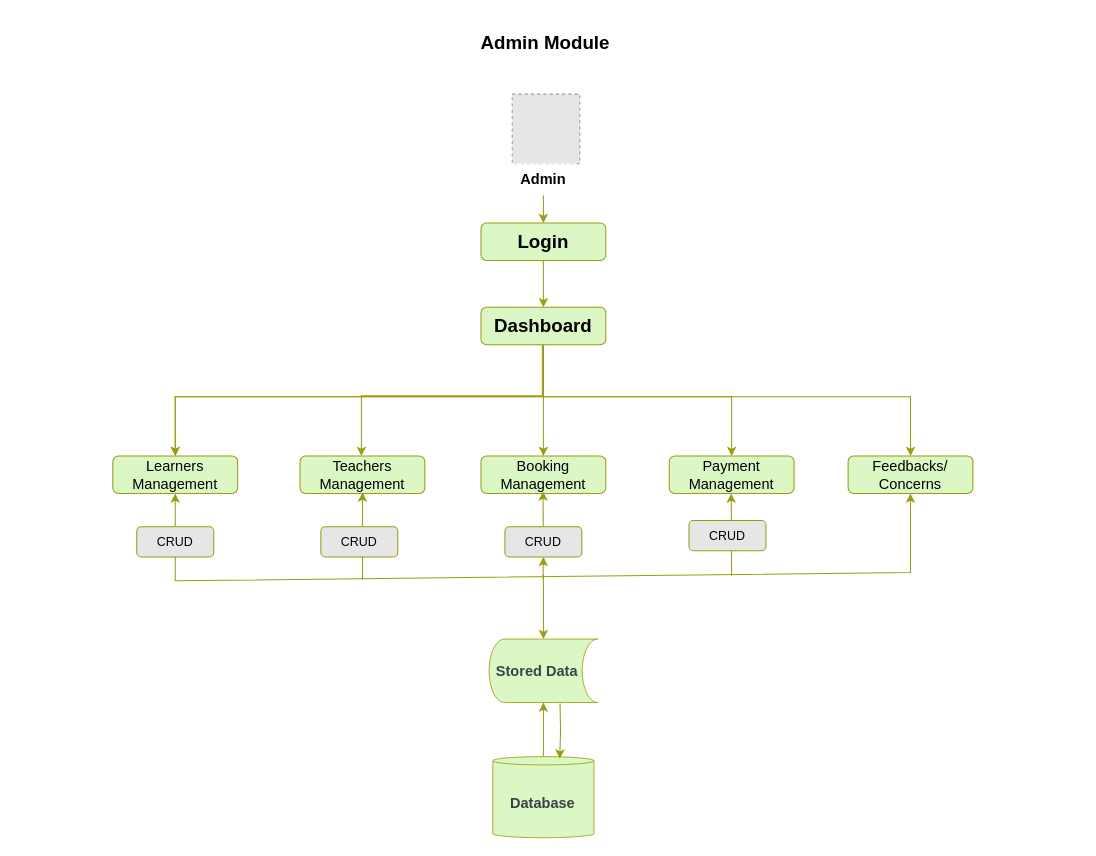
Nashciong/JavaCodes keeps this draw.io diagram as page "Admin Module" (7 of 13) of Untitled Diagram.drawio. Above is the earlier version. Source tidied: cells renumbered, new cells numbered last; positions are measured from the earlier drawing's top-left corner, leaving out a move shared by most shapes. Both pictures are drawn from the tidied source at 104%, with x=0, y=0 at pixel (112, 18). Pictures stored in the file or linked from it are replaced by grey dashed boxes.
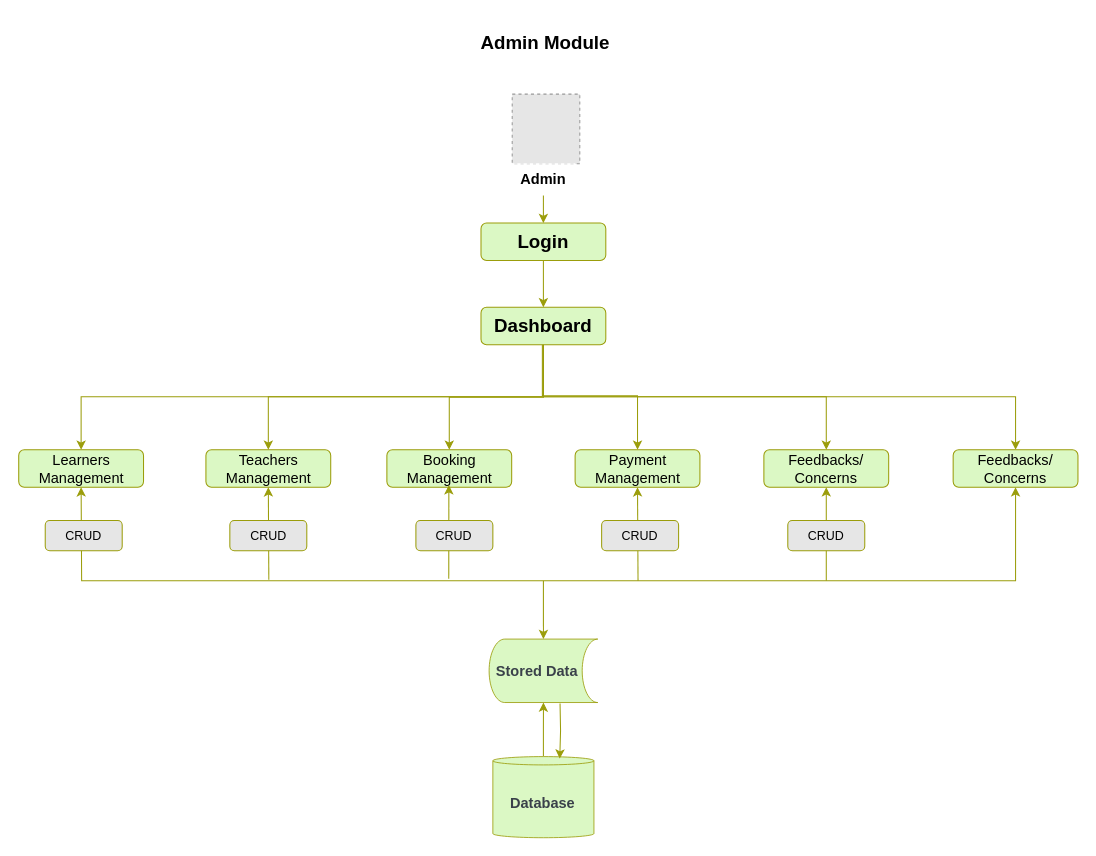
After the change.

Unchanged cells that the change refers to:
```xml
<mxCell id="10" value="&lt;font style=&quot;font-size: 18px;&quot;&gt;&lt;b&gt;Dashboard&lt;/b&gt;&lt;/font&gt;" style="rounded=1;whiteSpace=wrap;html=1;fillColor=#DBF8C4;strokeColor=#9B9D0B;" parent="1" vertex="1">
  <mxGeometry x="354" y="278" width="120" height="36" as="geometry" />
</mxCell>
<mxCell id="23" value="&lt;font style=&quot;font-size: 14px;&quot;&gt;&lt;b&gt;Stored Data&lt;/b&gt;&lt;/font&gt;" style="html=1;overflow=block;blockSpacing=1;whiteSpace=wrap;shape=cylinder3;boundedLbl=1;size=15;lid=0;direction=south;fontSize=13;fontColor=#3a414a;align=center;spacing=3.8;strokeColor=#9B9D0B;strokeOpacity=100;fillOpacity=100;rounded=1;absoluteArcSize=1;arcSize=12;fillColor=#DBF8C4;strokeWidth=0.8;lucidId=m1XKd9fk_-xt;" parent="1" vertex="1">
  <mxGeometry x="361.8" y="597" width="104.5" height="61" as="geometry" />
</mxCell>
```

What changed in the source:
```diff
@@
     <mxCell id="6" style="edgeStyle=orthogonalEdgeStyle;rounded=0;jettySize=auto;html=1;entryX=0.5;entryY=0;entryDx=0;entryDy=0;strokeColor=#9B9D0B;" parent="1" edge="1" source="10" target="13">
       <mxGeometry relative="1" as="geometry">
         <Array as="points">
           <mxPoint x="414" y="364" />
-          <mxPoint x="60" y="364" />
+          <mxPoint x="-30" y="364" />
         </Array>
       </mxGeometry>
     </mxCell>
@@
-    <mxCell id="8" style="edgeStyle=orthogonalEdgeStyle;rounded=0;jettySize=auto;html=1;strokeColor=#9B9D0B;" parent="1" edge="1" source="10" target="15">
+    <mxCell id="8" style="edgeStyle=orthogonalEdgeStyle;rounded=0;jettySize=auto;html=1;strokeColor=#9B9D0B;entryX=0.5;entryY=0;entryDx=0;entryDy=0;" parent="1" edge="1" source="10" target="34">
       <mxGeometry relative="1" as="geometry">
         <Array as="points">
           <mxPoint x="414" y="364" />
-          <mxPoint x="595" y="364" />
+          <mxPoint x="686" y="364" />
         </Array>
       </mxGeometry>
     </mxCell>
     <mxCell id="9" style="edgeStyle=orthogonalEdgeStyle;rounded=0;jettySize=auto;html=1;entryX=0.5;entryY=0;entryDx=0;entryDy=0;strokeColor=#9B9D0B;" parent="1" edge="1" source="10" target="14">
       <mxGeometry relative="1" as="geometry">
         <Array as="points">
           <mxPoint x="414" y="364" />
-          <mxPoint x="767" y="364" />
+          <mxPoint x="868" y="364" />
         </Array>
       </mxGeometry>
     </mxCell>
@@
     <mxCell id="13" value="&lt;font style=&quot;font-size: 14px;&quot;&gt;Learners Management&lt;/font&gt;" style="rounded=1;whiteSpace=wrap;html=1;fillColor=#DBF8C4;strokeColor=#9B9D0B;" parent="1" vertex="1">
-      <mxGeometry y="421" width="120" height="36" as="geometry" />
+      <mxGeometry x="-90.5" y="415" width="120" height="36" as="geometry" />
     </mxCell>
     <mxCell id="14" value="&lt;font style=&quot;font-size: 14px;&quot;&gt;Feedbacks/&lt;br&gt;Concerns&lt;/font&gt;" style="rounded=1;whiteSpace=wrap;html=1;fillColor=#DBF8C4;strokeColor=#9B9D0B;" parent="1" vertex="1">
-      <mxGeometry x="707" y="421" width="120" height="36" as="geometry" />
+      <mxGeometry x="808" y="415" width="120" height="36" as="geometry" />
     </mxCell>
     <mxCell id="15" value="&lt;font style=&quot;font-size: 14px;&quot;&gt;Payment&lt;br&gt;Management&lt;/font&gt;" style="rounded=1;whiteSpace=wrap;html=1;fillColor=#DBF8C4;strokeColor=#9B9D0B;" parent="1" vertex="1">
-      <mxGeometry x="535" y="421" width="120" height="36" as="geometry" />
+      <mxGeometry x="444.5" y="415" width="120" height="36" as="geometry" />
     </mxCell>
     <mxCell id="16" value="&lt;font style=&quot;font-size: 14px;&quot;&gt;Booking Management&lt;/font&gt;" style="rounded=1;whiteSpace=wrap;html=1;fillColor=#DBF8C4;strokeColor=#9B9D0B;" parent="1" vertex="1">
-      <mxGeometry x="354" y="421" width="120" height="36" as="geometry" />
+      <mxGeometry x="263.5" y="415" width="120" height="36" as="geometry" />
     </mxCell>
     <mxCell id="17" value="&lt;font style=&quot;font-size: 14px;&quot;&gt;Teachers Management&lt;/font&gt;" style="rounded=1;whiteSpace=wrap;html=1;fillColor=#DBF8C4;strokeColor=#9B9D0B;" parent="1" vertex="1">
-      <mxGeometry x="180" y="421" width="120" height="36" as="geometry" />
+      <mxGeometry x="89.5" y="415" width="120" height="36" as="geometry" />
     </mxCell>
-    <mxCell id="18" style="edgeStyle=orthogonalEdgeStyle;rounded=0;orthogonalLoop=1;jettySize=auto;html=1;entryX=0.5;entryY=0;entryDx=0;entryDy=0;strokeColor=#9B9D0B;" parent="1" edge="1">
+    <mxCell id="18" style="edgeStyle=orthogonalEdgeStyle;rounded=0;jettySize=auto;html=1;entryX=0.5;entryY=0;entryDx=0;entryDy=0;strokeColor=#9B9D0B;" parent="1" edge="1" target="15">
       <mxGeometry relative="1" as="geometry">
         <mxPoint x="413" y="314" as="sourcePoint" />
-        <mxPoint x="239" y="421" as="targetPoint" />
         <Array as="points">
           <mxPoint x="413" y="363" />
-          <mxPoint x="239" y="363" />
+          <mxPoint x="505" y="363" />
         </Array>
       </mxGeometry>
     </mxCell>
-    <mxCell id="19" style="edgeStyle=orthogonalEdgeStyle;rounded=0;orthogonalLoop=1;jettySize=auto;html=1;entryX=0.5;entryY=0;entryDx=0;entryDy=0;strokeColor=#9B9D0B;" parent="1" edge="1">
+    <mxCell id="19" style="edgeStyle=orthogonalEdgeStyle;rounded=0;jettySize=auto;html=1;entryX=0.5;entryY=0;entryDx=0;entryDy=0;strokeColor=#9B9D0B;" parent="1" edge="1" target="17">
       <mxGeometry relative="1" as="geometry">
         <mxPoint x="414" y="314" as="sourcePoint" />
-        <mxPoint x="60" y="421" as="targetPoint" />
         <Array as="points">
           <mxPoint x="414" y="364" />
-          <mxPoint x="60" y="364" />
+          <mxPoint x="150" y="364" />
         </Array>
       </mxGeometry>
     </mxCell>
@@
     <mxCell id="24" style="endArrow=classic;startArrow=classic;html=1;rounded=0;entryX=0.5;entryY=1;entryDx=0;entryDy=0;exitX=0.5;exitY=1;exitDx=0;exitDy=0;strokeColor=#9B9D0B;" parent="1" edge="1" source="14" target="13">
       <mxGeometry relative="1" as="geometry">
         <Array as="points">
-          <mxPoint x="767" y="533" />
+          <mxPoint x="868" y="541" />
+          <mxPoint x="765" y="541" />
           <mxPoint x="60" y="541" />
+          <mxPoint x="-30" y="541" />
         </Array>
       </mxGeometry>
     </mxCell>
-    <mxCell id="25" style="endArrow=classic;html=1;rounded=0;entryX=0.5;entryY=1;entryDx=0;entryDy=0;strokeColor=#9B9D0B;" parent="1" edge="1">
+    <mxCell id="25" style="endArrow=classic;html=1;rounded=0;entryX=0.5;entryY=1;entryDx=0;entryDy=0;strokeColor=#9B9D0B;" parent="1" edge="1" target="17">
       <mxGeometry relative="1" as="geometry">
-        <mxPoint x="240" y="540" as="sourcePoint" />
-        <mxPoint x="240" y="456" as="targetPoint" />
+        <mxPoint x="150" y="540" as="sourcePoint" />
       </mxGeometry>
     </mxCell>
-    <mxCell id="26" style="endArrow=classic;html=1;rounded=0;entryX=0.5;entryY=1;entryDx=0;entryDy=0;strokeColor=#9B9D0B;" parent="1" edge="1" source="31">
+    <mxCell id="26" style="endArrow=classic;html=1;rounded=0;entryX=0.5;entryY=1;entryDx=0;entryDy=0;strokeColor=#9B9D0B;" parent="1" edge="1">
       <mxGeometry relative="1" as="geometry">
-        <mxPoint x="413.6" y="455" as="targetPoint" />
+        <mxPoint x="323" y="539" as="sourcePoint" />
+        <mxPoint x="323.1" y="449" as="targetPoint" />
       </mxGeometry>
     </mxCell>
-    <mxCell id="27" style="endArrow=classic;html=1;rounded=0;entryX=0.5;entryY=1;entryDx=0;entryDy=0;strokeColor=#9B9D0B;" parent="1" edge="1">
+    <mxCell id="27" style="endArrow=classic;html=1;rounded=0;entryX=0.5;entryY=1;entryDx=0;entryDy=0;strokeColor=#9B9D0B;" parent="1" edge="1" target="15">
       <mxGeometry relative="1" as="geometry">
-        <mxPoint x="595" y="536" as="sourcePoint" />
-        <mxPoint x="594.6" y="457" as="targetPoint" />
+        <mxPoint x="505" y="541" as="sourcePoint" />
       </mxGeometry>
     </mxCell>
     <mxCell id="28" style="endArrow=classic;html=1;rounded=0;entryX=0;entryY=0.5;entryDx=0;entryDy=0;entryPerimeter=0;strokeColor=#9B9D0B;" parent="1" edge="1" target="23">
       <mxGeometry relative="1" as="geometry">
-        <mxPoint x="414" y="535" as="sourcePoint" />
+        <mxPoint x="414" y="541" as="sourcePoint" />
       </mxGeometry>
     </mxCell>
     <mxCell id="29" value="CRUD" style="rounded=1;whiteSpace=wrap;html=1;fillColor=#E6E6E6;strokeColor=#9B9D0B;" parent="1" vertex="1">
-      <mxGeometry x="554" y="483" width="74" height="29" as="geometry" />
+      <mxGeometry x="470" y="483" width="74" height="29" as="geometry" />
     </mxCell>
-    <mxCell id="30" style="endArrow=classic;html=1;rounded=0;entryX=0.5;entryY=1;entryDx=0;entryDy=0;strokeColor=#9B9D0B;" parent="1" edge="1" target="31">
-      <mxGeometry relative="1" as="geometry">
-        <mxPoint x="413.6" y="539" as="sourcePoint" />
-      </mxGeometry>
-    </mxCell>
     <mxCell id="31" value="CRUD" style="rounded=1;whiteSpace=wrap;html=1;fillColor=#E6E6E6;strokeColor=#9B9D0B;" parent="1" vertex="1">
-      <mxGeometry x="377" y="489" width="74" height="29" as="geometry" />
+      <mxGeometry x="291.4" y="483" width="74" height="29" as="geometry" />
     </mxCell>
     <mxCell id="32" value="CRUD" style="rounded=1;whiteSpace=wrap;html=1;fillColor=#E6E6E6;strokeColor=#9B9D0B;" parent="1" vertex="1">
-      <mxGeometry x="200" y="489" width="74" height="29" as="geometry" />
+      <mxGeometry x="112.5" y="483" width="74" height="29" as="geometry" />
     </mxCell>
     <mxCell id="33" value="CRUD" style="rounded=1;whiteSpace=wrap;html=1;fillColor=#E6E6E6;strokeColor=#9B9D0B;" parent="1" vertex="1">
-      <mxGeometry x="23" y="489" width="74" height="29" as="geometry" />
+      <mxGeometry x="-65" y="483" width="74" height="29" as="geometry" />
     </mxCell>
+    <mxCell id="34" value="&lt;font style=&quot;font-size: 14px;&quot;&gt;Feedbacks/&lt;br&gt;Concerns&lt;/font&gt;" style="rounded=1;whiteSpace=wrap;html=1;fillColor=#DBF8C4;strokeColor=#9B9D0B;" parent="1" vertex="1">
+      <mxGeometry x="626" y="415" width="120" height="36" as="geometry" />
+    </mxCell>
+    <mxCell id="35" style="endArrow=classic;html=1;rounded=0;entryX=0.5;entryY=1;entryDx=0;entryDy=0;strokeColor=#9B9D0B;" parent="1" edge="1" target="34">
+      <mxGeometry relative="1" as="geometry">
+        <mxPoint x="686" y="541" as="sourcePoint" />
+      </mxGeometry>
+    </mxCell>
+    <mxCell id="36" value="CRUD" style="rounded=1;whiteSpace=wrap;html=1;fillColor=#E6E6E6;strokeColor=#9B9D0B;" parent="1" vertex="1">
+      <mxGeometry x="649" y="483" width="74" height="29" as="geometry" />
+    </mxCell>
```
